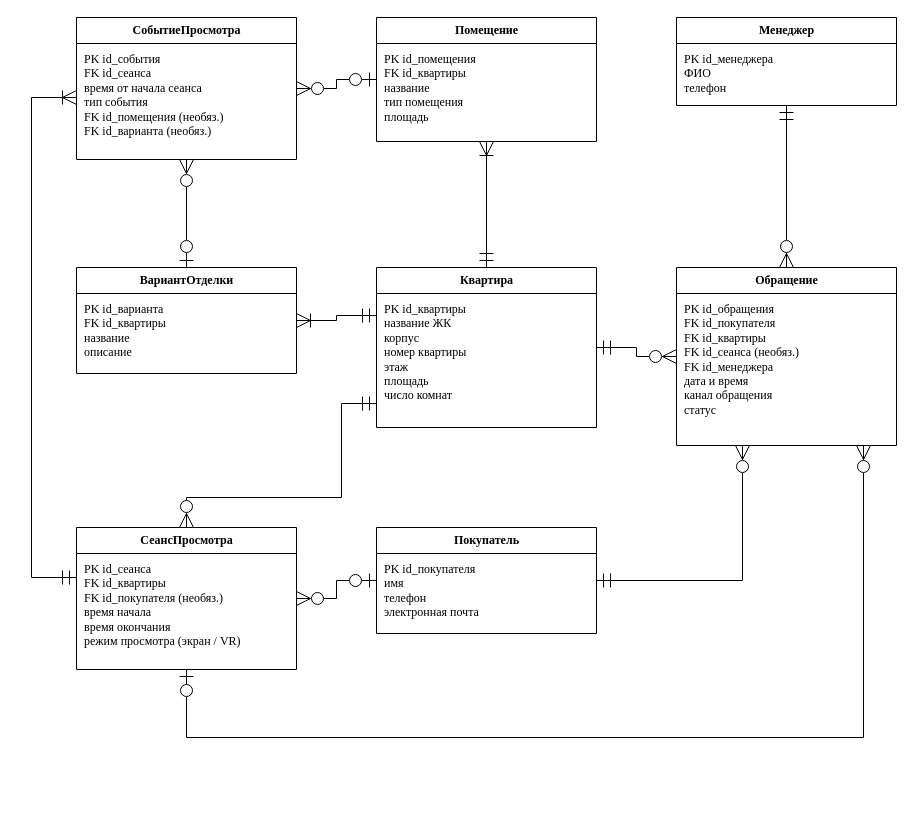
This is docs/diagrams/er_logical_model.drawio from kiraefrem0va/real-estate-virtual-tour, a draw.io file, before an edit. Source tidied: cells renumbered, new cells numbered last; positions are measured from the earlier drawing's top-left corner, leaving out a move shared by most shapes. Both pictures are drawn from the tidied source at 100%, with x=0, y=0 at pixel (31, 17).
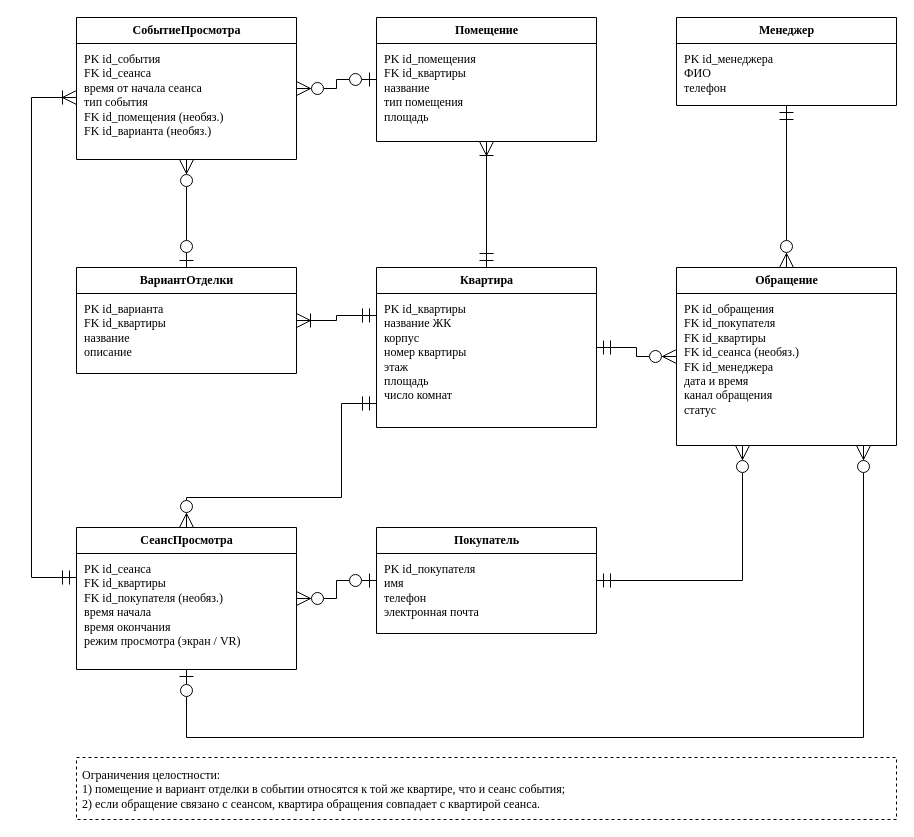
The same diagram, later.

What changed in the source:
```diff
@@
+    <mxCell id="29" value="Ограничения целостности:&lt;br&gt;1) помещение и вариант отделки в событии относятся к той же квартире, что и сеанс события;&lt;br&gt;2) если обращение связано с сеансом, квартира обращения совпадает с квартирой сеанса." style="text;html=1;align=left;verticalAlign=top;whiteSpace=wrap;spacing=6;strokeColor=#000000;dashed=1;fillColor=#ffffff;fontFamily=Times New Roman;fontSize=12;" parent="1" vertex="1">
+      <mxGeometry x="45" y="740" width="820" height="62" as="geometry" />
+    </mxCell>
```
